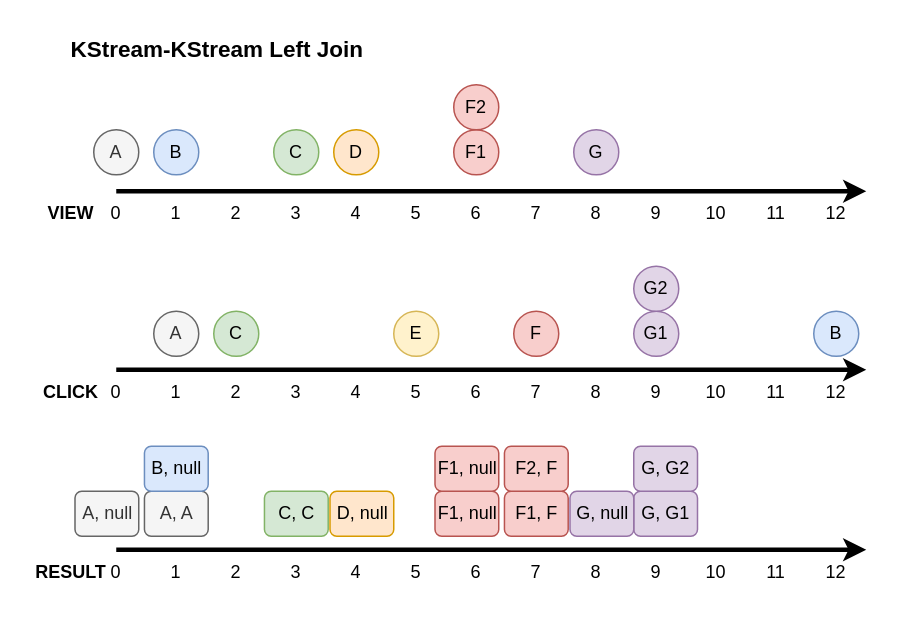
Earlier version of the draw.io diagram drawio/kafka/kafka-streams-join-4.drawio (windowforsun/blog). Source tidied: cells renumbered, new cells numbered last; positions are measured from the earlier drawing's top-left corner, leaving out a move shared by most shapes. Both pictures are drawn from the tidied source at 150%, with x=0, y=0 at pixel (26, 26).
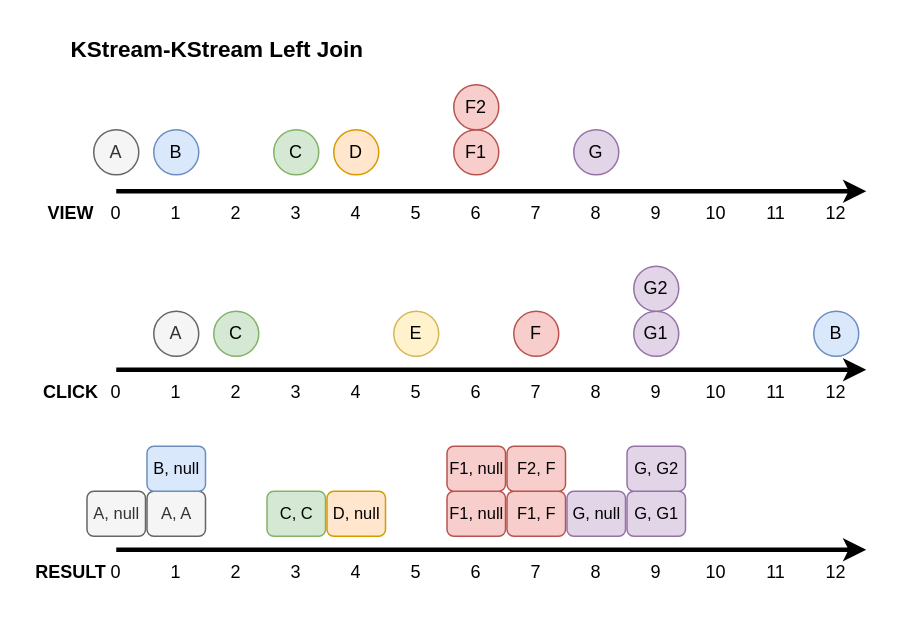
After the change.

Diff of the diagram source:
```diff
@@
+    <mxCell id="61" value="&lt;b&gt;&lt;font style=&quot;font-size: 15px;&quot;&gt;KStream-KStream Left Join&lt;/font&gt;&lt;/b&gt;" style="text;html=1;align=center;verticalAlign=middle;whiteSpace=wrap;rounded=0;" parent="1" vertex="1">
+      <mxGeometry x="20" width="215" height="30" as="geometry" />
+    </mxCell>
@@
-    <mxCell id="47" style="endArrow=classic;html=1;rounded=0;endFill=1;strokeWidth=3;" parent="1" edge="1">
-      <mxGeometry relative="1" as="geometry">
-        <mxPoint x="60" y="349" as="sourcePoint" />
-        <mxPoint x="560" y="349" as="targetPoint" />
-      </mxGeometry>
-    </mxCell>
+    <mxCell id="74" style="endArrow=classic;html=1;rounded=0;endFill=1;strokeWidth=3;" parent="1" edge="1">
+      <mxGeometry relative="1" as="geometry">
+        <mxPoint x="60" y="349" as="sourcePoint" />
+        <mxPoint x="560" y="349" as="targetPoint" />
+      </mxGeometry>
+    </mxCell>
@@
-    <mxCell id="61" value="&lt;b&gt;&lt;font style=&quot;font-size: 15px;&quot;&gt;KStream-KStream Left Join&lt;/font&gt;&lt;/b&gt;" style="text;html=1;align=center;verticalAlign=middle;whiteSpace=wrap;rounded=0;" parent="1" vertex="1">
-      <mxGeometry x="20" width="215" height="30" as="geometry" />
-    </mxCell>
-    <mxCell id="62" value="A, null" style="rounded=1;whiteSpace=wrap;html=1;fillColor=#f5f5f5;fontColor=#333333;strokeColor=#666666;" parent="1" vertex="1">
-      <mxGeometry x="32.5" y="310" width="42.5" height="30" as="geometry" />
+    <mxCell id="62" value="A, null" style="rounded=1;whiteSpace=wrap;html=1;fillColor=#f5f5f5;fontColor=#333333;strokeColor=#666666;fontSize=11;" parent="1" vertex="1">
+      <mxGeometry x="40.5" y="310" width="39" height="30" as="geometry" />
     </mxCell>
-    <mxCell id="63" value="C, C" style="rounded=1;whiteSpace=wrap;html=1;fillColor=#d5e8d4;strokeColor=#82b366;" parent="1" vertex="1">
-      <mxGeometry x="158.8" y="310" width="42.5" height="30" as="geometry" />
+    <mxCell id="63" value="C, C" style="rounded=1;whiteSpace=wrap;html=1;fillColor=#d5e8d4;strokeColor=#82b366;fontSize=11;" parent="1" vertex="1">
+      <mxGeometry x="160.5" y="310" width="39" height="30" as="geometry" />
     </mxCell>
-    <mxCell id="64" value="F1, F" style="rounded=1;whiteSpace=wrap;html=1;fillColor=#f8cecc;strokeColor=#b85450;" parent="1" vertex="1">
-      <mxGeometry x="318.8" y="310" width="42.5" height="30" as="geometry" />
+    <mxCell id="64" value="F1, F" style="rounded=1;whiteSpace=wrap;html=1;fillColor=#f8cecc;strokeColor=#b85450;fontSize=11;" parent="1" vertex="1">
+      <mxGeometry x="320.5" y="310" width="39" height="30" as="geometry" />
     </mxCell>
-    <mxCell id="65" value="F2, F" style="rounded=1;whiteSpace=wrap;html=1;fillColor=#f8cecc;strokeColor=#b85450;" parent="1" vertex="1">
-      <mxGeometry x="318.8" y="280" width="42.5" height="30" as="geometry" />
+    <mxCell id="65" value="F2, F" style="rounded=1;whiteSpace=wrap;html=1;fillColor=#f8cecc;strokeColor=#b85450;fontSize=11;" parent="1" vertex="1">
+      <mxGeometry x="320.5" y="280" width="39" height="30" as="geometry" />
     </mxCell>
-    <mxCell id="66" value="G, G1" style="rounded=1;whiteSpace=wrap;html=1;fillColor=#e1d5e7;strokeColor=#9673a6;" parent="1" vertex="1">
-      <mxGeometry x="405" y="310" width="42.5" height="30" as="geometry" />
+    <mxCell id="66" value="G, G1" style="rounded=1;whiteSpace=wrap;html=1;fillColor=#e1d5e7;strokeColor=#9673a6;fontSize=11;" parent="1" vertex="1">
+      <mxGeometry x="400.5" y="310" width="39" height="30" as="geometry" />
     </mxCell>
-    <mxCell id="67" value="G, G2" style="rounded=1;whiteSpace=wrap;html=1;fillColor=#e1d5e7;strokeColor=#9673a6;" parent="1" vertex="1">
-      <mxGeometry x="405" y="280" width="42.5" height="30" as="geometry" />
+    <mxCell id="67" value="G, G2" style="rounded=1;whiteSpace=wrap;html=1;fillColor=#e1d5e7;strokeColor=#9673a6;fontSize=11;" parent="1" vertex="1">
+      <mxGeometry x="400.5" y="280" width="39" height="30" as="geometry" />
     </mxCell>
-    <mxCell id="68" value="A, A" style="rounded=1;whiteSpace=wrap;html=1;fillColor=#f5f5f5;fontColor=#333333;strokeColor=#666666;" parent="1" vertex="1">
-      <mxGeometry x="78.8" y="310" width="42.5" height="30" as="geometry" />
+    <mxCell id="68" value="A, A" style="rounded=1;whiteSpace=wrap;html=1;fillColor=#f5f5f5;fontColor=#333333;strokeColor=#666666;fontSize=11;" parent="1" vertex="1">
+      <mxGeometry x="80.5" y="310" width="39" height="30" as="geometry" />
     </mxCell>
-    <mxCell id="69" value="B, null" style="rounded=1;whiteSpace=wrap;html=1;fillColor=#dae8fc;strokeColor=#6c8ebf;" parent="1" vertex="1">
-      <mxGeometry x="78.8" y="280" width="42.5" height="30" as="geometry" />
+    <mxCell id="69" value="B, null" style="rounded=1;whiteSpace=wrap;html=1;fillColor=#dae8fc;strokeColor=#6c8ebf;fontSize=11;" parent="1" vertex="1">
+      <mxGeometry x="80.5" y="280" width="39" height="30" as="geometry" />
     </mxCell>
-    <mxCell id="70" value="D, null" style="rounded=1;whiteSpace=wrap;html=1;fillColor=#ffe6cc;strokeColor=#d79b00;" parent="1" vertex="1">
-      <mxGeometry x="202.5" y="310" width="42.5" height="30" as="geometry" />
+    <mxCell id="70" value="D, null" style="rounded=1;whiteSpace=wrap;html=1;fillColor=#ffe6cc;strokeColor=#d79b00;fontSize=11;" parent="1" vertex="1">
+      <mxGeometry x="200.5" y="310" width="39" height="30" as="geometry" />
     </mxCell>
-    <mxCell id="71" value="F1, null" style="rounded=1;whiteSpace=wrap;html=1;fillColor=#f8cecc;strokeColor=#b85450;" parent="1" vertex="1">
-      <mxGeometry x="272.5" y="310" width="42.5" height="30" as="geometry" />
-    </mxCell>
-    <mxCell id="72" value="F1, null" style="rounded=1;whiteSpace=wrap;html=1;fillColor=#f8cecc;strokeColor=#b85450;" parent="1" vertex="1">
-      <mxGeometry x="272.5" y="280" width="42.5" height="30" as="geometry" />
-    </mxCell>
+    <mxCell id="75" value="F1, null" style="rounded=1;whiteSpace=wrap;html=1;fillColor=#f8cecc;strokeColor=#b85450;fontSize=11;" parent="1" vertex="1">
+      <mxGeometry x="280.5" y="310" width="39" height="30" as="geometry" />
+    </mxCell>
+    <mxCell id="76" value="F1, null" style="rounded=1;whiteSpace=wrap;html=1;fillColor=#f8cecc;strokeColor=#b85450;fontSize=11;" parent="1" vertex="1">
+      <mxGeometry x="280.5" y="280" width="39" height="30" as="geometry" />
+    </mxCell>
-    <mxCell id="73" value="G, null" style="rounded=1;whiteSpace=wrap;html=1;fillColor=#e1d5e7;strokeColor=#9673a6;" parent="1" vertex="1">
-      <mxGeometry x="362.5" y="310" width="42.5" height="30" as="geometry" />
+    <mxCell id="73" value="G, null" style="rounded=1;whiteSpace=wrap;html=1;fillColor=#e1d5e7;strokeColor=#9673a6;fontSize=11;" parent="1" vertex="1">
+      <mxGeometry x="360.5" y="310" width="39" height="30" as="geometry" />
     </mxCell>
```
